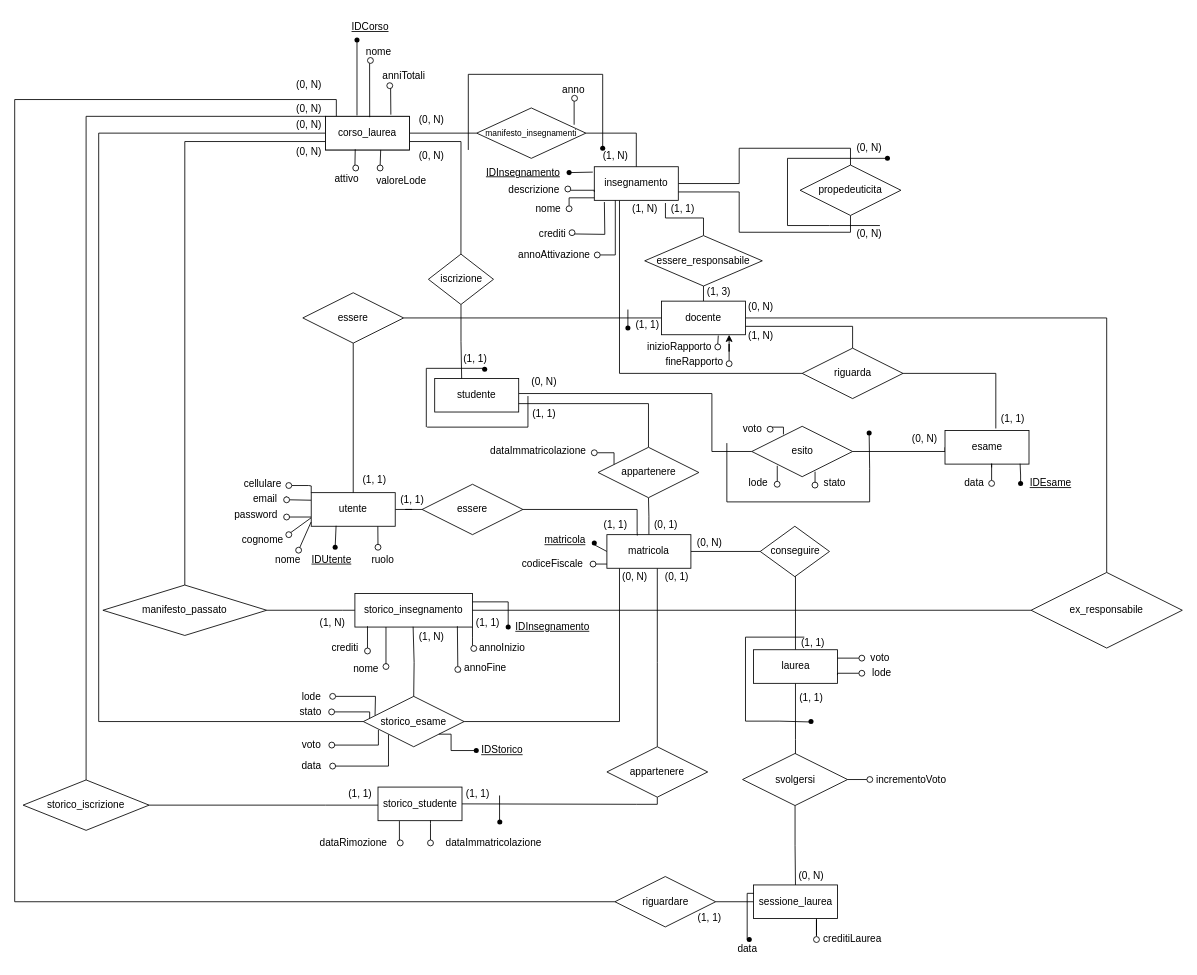
The draw.io diagram page "ER Ristrutturato" (2 of 3) of uni.drawio in michelebolis/UniversityExamSystem, before the edit. Source tidied: cells renumbered, new cells numbered last; positions are measured from the earlier drawing's top-left corner, leaving out a move shared by most shapes. Both pictures are drawn from the tidied source at 84%, with x=0, y=0 at pixel (14, 14).
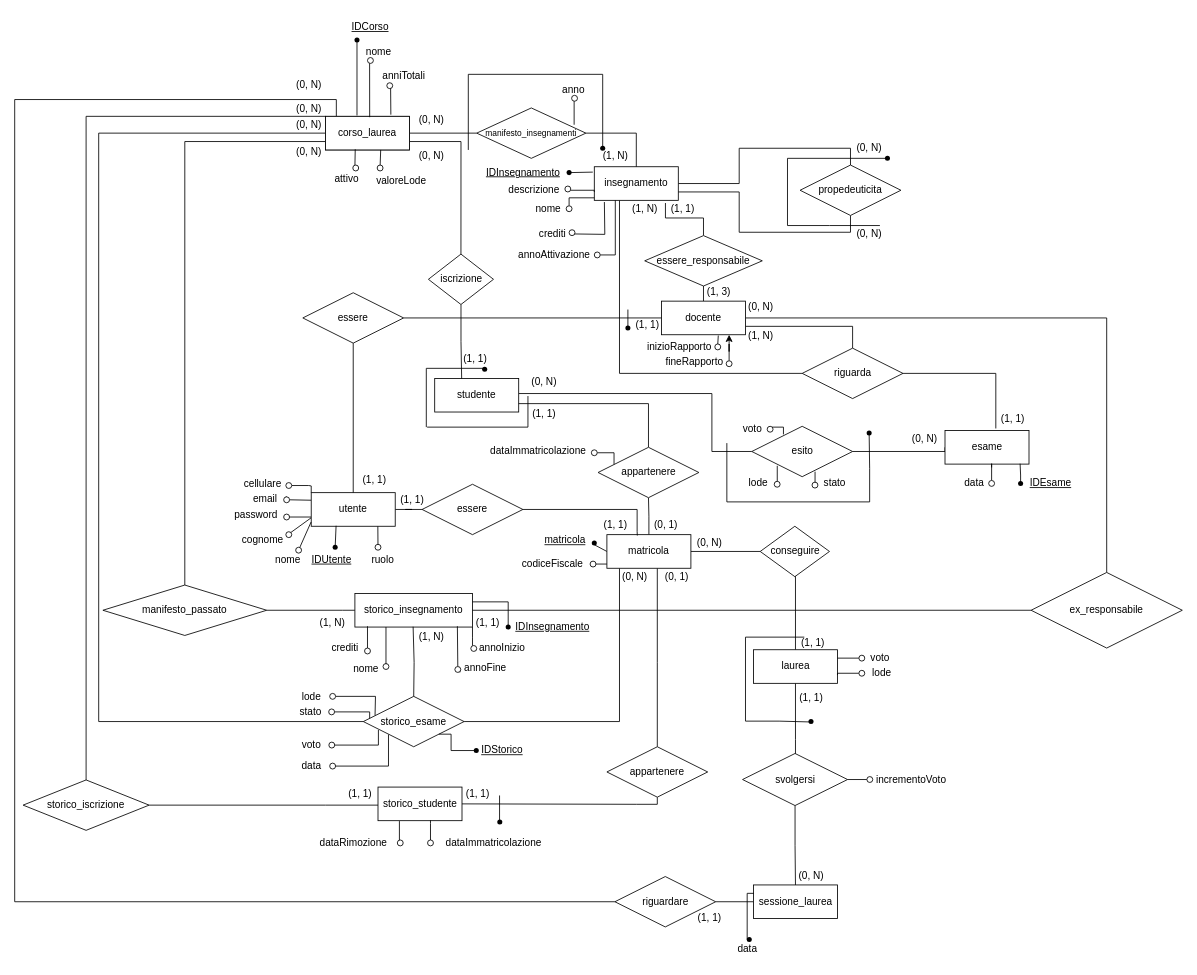
The same page after the edit.

Unchanged cells that the change refers to:
```xml
<mxCell id="94" value="sessione_laurea" style="whiteSpace=wrap;html=1;align=center;" parent="1" vertex="1">
  <mxGeometry x="879.5" y="1036" width="100" height="40" as="geometry" />
</mxCell>
```

Diff of the diagram source:
```diff
@@
-    <mxCell id="256" value="creditiLaurea" style="text;html=1;align=center;verticalAlign=middle;strokeColor=none;fillColor=none;" parent="1" vertex="1">
-      <mxGeometry x="951.5" y="1086" width="90" height="30" as="geometry" />
-    </mxCell>
-    <mxCell id="257" style="edgeStyle=orthogonalEdgeStyle;rounded=0;jettySize=auto;html=1;entryX=0.75;entryY=1;entryDx=0;entryDy=0;endArrow=none;endFill=0;" parent="1" edge="1" source="258" target="94">
-      <mxGeometry relative="1" as="geometry" />
-    </mxCell>
-    <mxCell id="258" style="ellipse;whiteSpace=wrap;html=1;" parent="1" vertex="1">
-      <mxGeometry x="951" y="1097.5" width="7" height="7" as="geometry" />
-    </mxCell>
```
